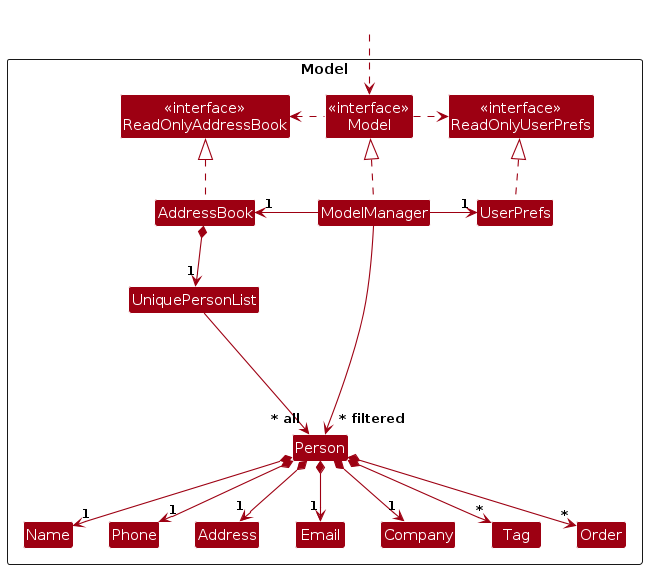
Before: diagrams/ModelClassDiagram.png, a diagram exported from PlantUML (AY2324S2-CS2103T-T16-3/tp). Its source is kept beside it as diagrams/ModelClassDiagram.puml. Source of this version:
```plantuml
@startuml
!include style.puml
skinparam arrowThickness 1.1
skinparam arrowColor MODEL_COLOR
skinparam classBackgroundColor MODEL_COLOR

Package Model as ModelPackage <<Rectangle>>{
Class "<<interface>>\nReadOnlyAddressBook" as ReadOnlyAddressBook
Class "<<interface>>\nReadOnlyUserPrefs" as ReadOnlyUserPrefs
Class "<<interface>>\nModel" as Model
Class AddressBook
Class ModelManager
Class UserPrefs

Class UniquePersonList
Class Person
Class Address
Class Company
Class Email
Class Name
Class Phone
Class Tag
Class Order

Class I #FFFFFF
}

Class HiddenOutside #FFFFFF
HiddenOutside ..> Model

AddressBook .up.|> ReadOnlyAddressBook

ModelManager .up.|> Model
Model .right.> ReadOnlyUserPrefs
Model .left.> ReadOnlyAddressBook
ModelManager -left-> "1" AddressBook
ModelManager -right-> "1" UserPrefs
UserPrefs .up.|> ReadOnlyUserPrefs

AddressBook *--> "1" UniquePersonList
UniquePersonList --> "~* all" Person
Person *--> "1" Name
Person *--> "1" Phone
Person *--> "1" Email
Person *--> "1" Address
Person *--> "1" Company
Person *--> "*" Tag
Person *--> "*" Order

Person -[hidden]up--> I
UniquePersonList -[hidden]right-> I

Name -[hidden]right-> Phone
Phone -[hidden]right-> Address
Address -[hidden]right-> Email

ModelManager --> "~* filtered" Person
@enduml
```
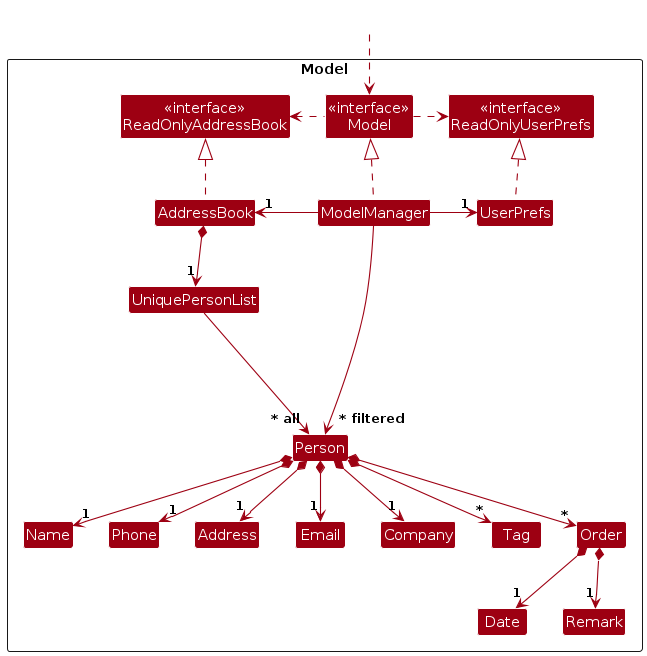
After the change.

Diff of the diagram source:
```diff
@@ -21,6 +21,8 @@
 Class Phone
 Class Tag
 Class Order
+Class Date
+Class Remark
 
 Class I #FFFFFF
 }
@@ -47,6 +49,9 @@
 Person *--> "*" Tag
 Person *--> "*" Order
 
+Order *--> "1" Date
+Order *--> "1" Remark
+
 Person -[hidden]up--> I
 UniquePersonList -[hidden]right-> I
 
```
